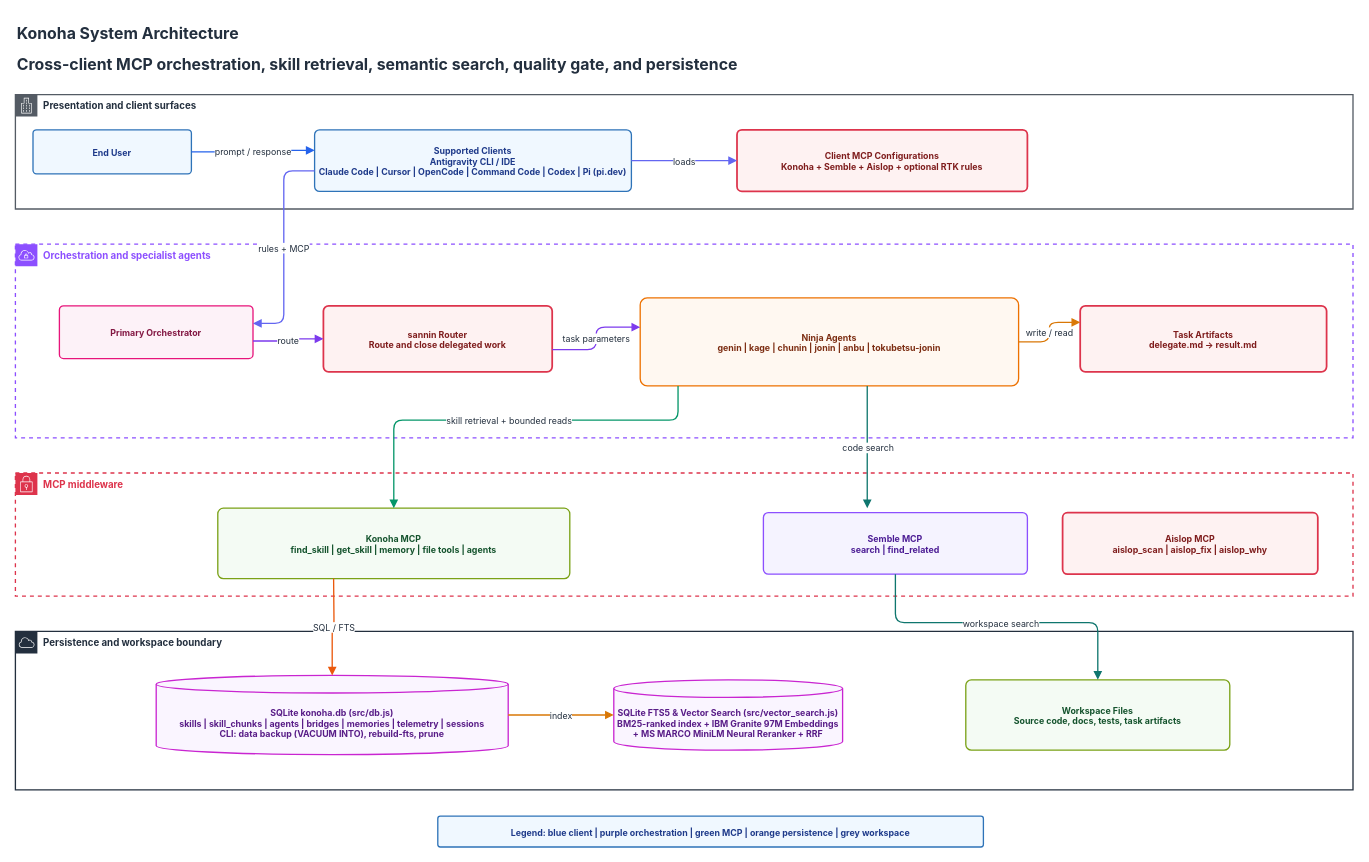
This is page "01 System Architecture" (1 of 15) of docs/diagrams/konoha-enterprise-architecture.drawio from andycungkrinx91/konoha, a draw.io file, before an edit. Source tidied: cells renumbered, new cells numbered last; positions are measured from the earlier drawing's top-left corner, leaving out a move shared by most shapes. Both pictures are drawn from the tidied source at 88%, with x=0, y=0 at pixel (15, 15).
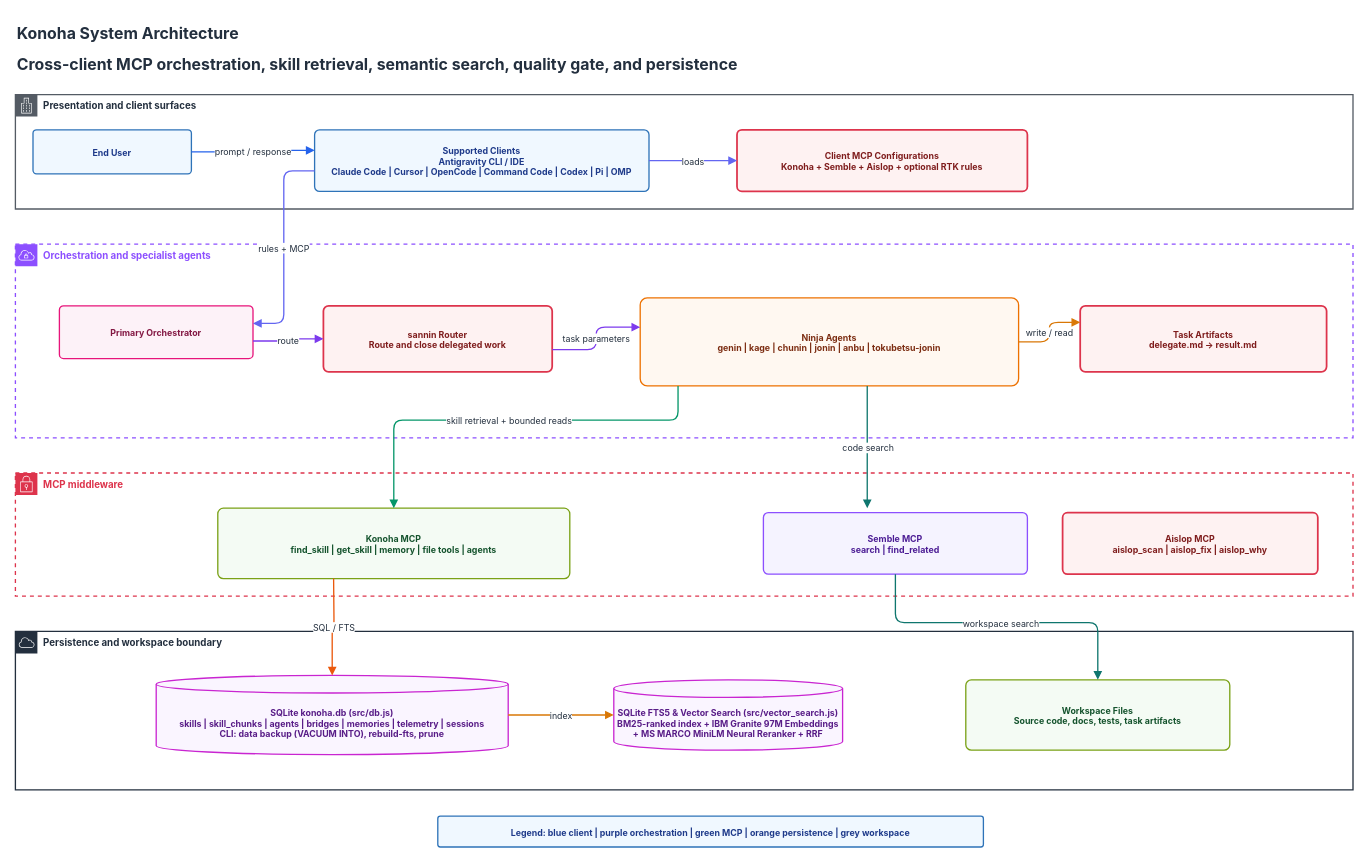
Above is the later version.

Unchanged cells that the change refers to:
```xml
<mxCell id="4" value="Presentation and client surfaces" style="shape=mxgraph.aws4.group;grIcon=mxgraph.aws4.group_corporate_data_center;strokeColor=#545B64;fillColor=none;verticalAlign=top;align=left;spacingLeft=30;fontColor=#232F3E;dashed=0;strokeWidth=1.5;fontFamily=Inter, system-ui;fontSize=11;fontStyle=1;" parent="1" vertex="1">
  <mxGeometry y="90" width="1520" height="130" as="geometry" />
</mxCell>
```

Change to the diagram source:
```diff
@@
-    <mxCell id="6" value="Supported Clients&#10;Antigravity CLI / IDE&#10;Claude Code | Cursor | OpenCode | Command Code | Codex | Pi (pi.dev)" style="rounded=1;arcSize=8;html=1;whiteSpace=wrap;fillColor=#F0F8FF;strokeColor=#2E73B8;strokeWidth=1.5;fontFamily=Inter, system-ui, -apple-system;fontSize=10;fontColor=#1E3A8A;fontStyle=1;shadow=0;" parent="4" vertex="1">
-      <mxGeometry x="340" y="40" width="360" height="70" as="geometry" />
+    <mxCell id="6" value="Supported Clients&#10;Antigravity CLI / IDE&#10;Claude Code | Cursor | OpenCode | Command Code | Codex | Pi | OMP" style="rounded=1;arcSize=8;html=1;whiteSpace=wrap;fillColor=#F0F8FF;strokeColor=#2E73B8;strokeWidth=1.5;fontFamily=Inter, system-ui, -apple-system;fontSize=10;fontColor=#1E3A8A;fontStyle=1;shadow=0;" parent="4" vertex="1">
+      <mxGeometry x="340" y="40" width="380" height="70" as="geometry" />
     </mxCell>
```
